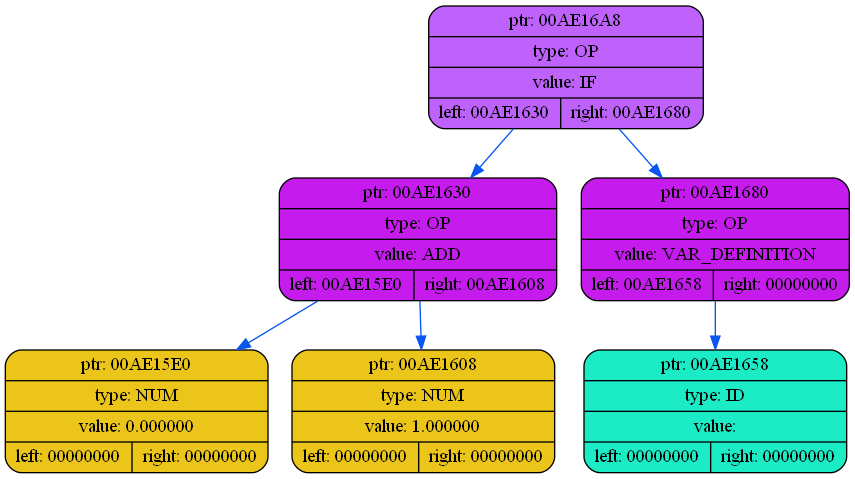
Above: dump/dump1.png in coffee8cat/Elden-language (Graphviz), before the change. Its source is kept beside it as dump/dump1.dot.
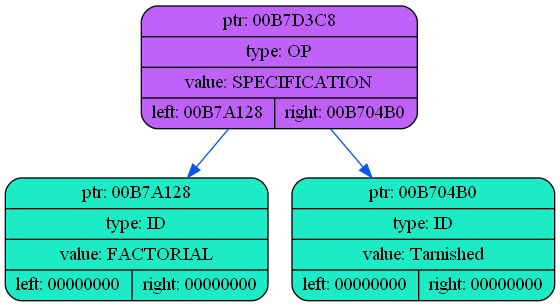
After the change.

Change to the diagram source:
```diff
@@ -2,15 +2,9 @@
 {
     rankdir=TP
 
-        node00AE16A8[shape=record,style="rounded,filled",fillcolor="#BF62FC",label="{ ptr: 00AE16A8 | type: OP | value: IF| { left: 00AE1630 | right: 00AE1680 }}"];
-    node00AE16A8 -> node00AE1630[color="#0855F0"]
-    node00AE1630[shape=record,style="rounded,filled",fillcolor="#C51BEC",label="{ ptr: 00AE1630 | type: OP | value: ADD| { left: 00AE15E0 | right: 00AE1608 }}"];
-    node00AE1630 -> node00AE15E0[color="#0855F0"]
-    node00AE15E0[shape=record,style="rounded,filled",fillcolor="#ECC51B",label="{ ptr: 00AE15E0 | type: NUM | value: 0.000000| { left: 00000000 | right: 00000000 }}"];
-    node00AE1630 -> node00AE1608[color="#0855F0"]
-    node00AE1608[shape=record,style="rounded,filled",fillcolor="#ECC51B",label="{ ptr: 00AE1608 | type: NUM | value: 1.000000| { left: 00000000 | right: 00000000 }}"];
-    node00AE16A8 -> node00AE1680[color="#0855F0"]
-    node00AE1680[shape=record,style="rounded,filled",fillcolor="#C51BEC",label="{ ptr: 00AE1680 | type: OP | value: VAR_DEFINITION| { left: 00AE1658 | right: 00000000 }}"];
-    node00AE1680 -> node00AE1658[color="#0855F0"]
-    node00AE1658[shape=record,style="rounded,filled",fillcolor="#1BECC5",label="{ ptr: 00AE1658 | type: ID | value: | { left: 00000000 | right: 00000000 }}"];
+        node00B7D3C8[shape=record,style="rounded,filled",fillcolor="#BF62FC",label="{ ptr: 00B7D3C8 | type: OP | value: SPECIFICATION| { left: 00B7A128 | right: 00B704B0 }}"];
+    node00B7D3C8 -> node00B7A128[color="#0855F0"]
+    node00B7A128[shape=record,style="rounded,filled",fillcolor="#1BECC5",label="{ ptr: 00B7A128 | type: ID | value: FACTORIAL| { left: 00000000 | right: 00000000 }}"];
+    node00B7D3C8 -> node00B704B0[color="#0855F0"]
+    node00B704B0[shape=record,style="rounded,filled",fillcolor="#1BECC5",label="{ ptr: 00B704B0 | type: ID | value: Tarnished| { left: 00000000 | right: 00000000 }}"];
 }
```
